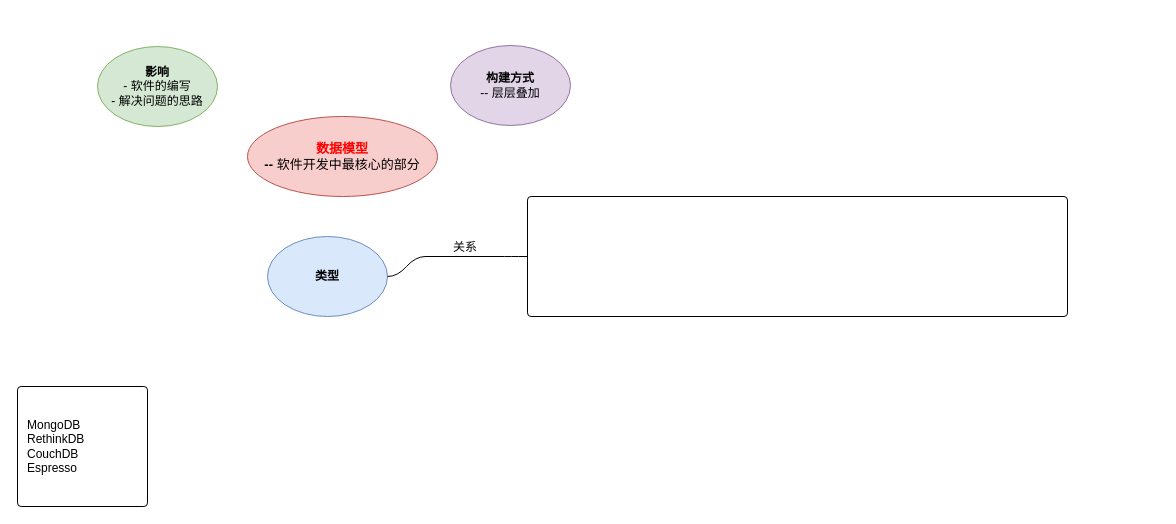
ljq199612/diagram keeps this draw.io diagram as 设计数据密集型应用.drawio. Above is the earlier version. Source tidied: cells renumbered, new cells numbered last; positions are measured from the earlier drawing's top-left corner, leaving out a move shared by most shapes. Both pictures are drawn from the tidied source at 100%, with x=0, y=0 at pixel (17, 45).
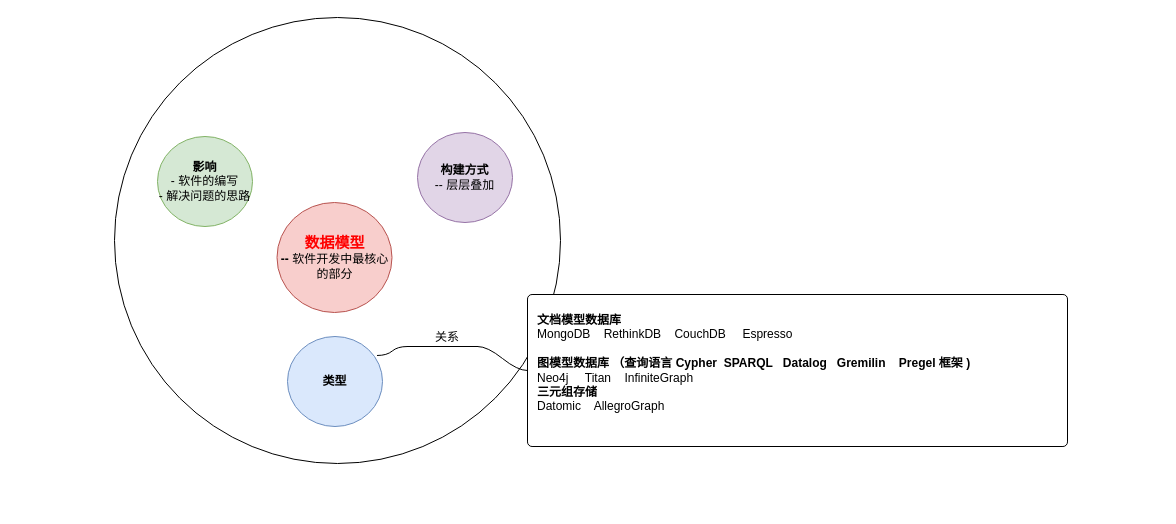
Above is the later version.

Commit message:
更新设计数据密集型应用.drawio

What changed in the source:
```diff
@@
 <mxGraphModel>
   <root>
     <mxCell id="0" />
     <mxCell id="1" parent="0" />
+    <mxCell id="11" style="ellipse;whiteSpace=wrap;html=1;" parent="1" vertex="1">
+      <mxGeometry x="97" y="-28" width="446" height="446" as="geometry" />
+    </mxCell>
-    <mxCell id="2" value="&lt;div style=&quot;font-size: 13px;&quot;&gt;&lt;b&gt;&lt;font style=&quot;font-size: 13px;&quot; color=&quot;#ff0000&quot;&gt;数据模型&lt;/font&gt;&lt;br&gt;-- &lt;/b&gt;软件开发中最核心的部分&lt;b&gt;&lt;br&gt;&lt;/b&gt;&lt;/div&gt;" style="ellipse;whiteSpace=wrap;html=1;fillColor=#f8cecc;strokeColor=#b85450;" parent="1" vertex="1">
-      <mxGeometry x="230" y="71" width="190" height="80" as="geometry" />
+    <mxCell id="2" value="&lt;div style=&quot;&quot;&gt;&lt;b&gt;&lt;font style=&quot;font-size: 15px;&quot; color=&quot;#ff0000&quot;&gt;数据模型&lt;/font&gt;&lt;br&gt;-- &lt;/b&gt;软件开发中最核心的部分&lt;b&gt;&lt;br&gt;&lt;/b&gt;&lt;/div&gt;" style="ellipse;whiteSpace=wrap;html=1;fillColor=#f8cecc;strokeColor=#b85450;" parent="1" vertex="1">
+      <mxGeometry x="259.5" y="157" width="115" height="110" as="geometry" />
     </mxCell>
     <mxCell id="3" value="&lt;div&gt;&lt;b&gt;影响&lt;/b&gt;&lt;/div&gt;&lt;div&gt;- 软件的编写&lt;/div&gt;&lt;div&gt;- 解决问题的思路&lt;br&gt;&lt;/div&gt;" style="ellipse;whiteSpace=wrap;html=1;fillColor=#d5e8d4;strokeColor=#82b366;" parent="1" vertex="1">
-      <mxGeometry x="80" y="1" width="120" height="80" as="geometry" />
+      <mxGeometry x="140" y="91" width="95" height="90" as="geometry" />
     </mxCell>
-    <mxCell id="4" value="&lt;div&gt;&lt;b&gt;构建方式&lt;/b&gt;&lt;/div&gt;-- 层层叠加" style="ellipse;whiteSpace=wrap;html=1;fillColor=#e1d5e7;strokeColor=#9673a6;" parent="1" vertex="1" collapsed="1">
-      <mxGeometry x="433" width="120" height="80" as="geometry" />
-    </mxCell>
     <mxCell id="5" value="&lt;div&gt;&lt;b&gt;类型&lt;/b&gt;&lt;/div&gt;" style="ellipse;whiteSpace=wrap;html=1;fillColor=#dae8fc;strokeColor=#6c8ebf;" parent="1" vertex="1" collapsed="1">
-      <mxGeometry x="250" y="191" width="120" height="80" as="geometry" />
+      <mxGeometry x="270" y="291" width="95" height="90" as="geometry" />
     </mxCell>
-    <mxCell id="6" style="rounded=1;whiteSpace=wrap;html=1;align=left;arcSize=3;spacingLeft=8;" parent="1" vertex="1">
-      <mxGeometry x="510" y="151" width="540" height="120" as="geometry" />
+    <mxCell id="6" value="&lt;div&gt;&lt;b&gt;文档模型数据库&lt;/b&gt;&lt;/div&gt;&lt;div&gt;MongoDB&amp;nbsp;&amp;nbsp;&amp;nbsp; RethinkDB&amp;nbsp;&amp;nbsp;&amp;nbsp; CouchDB&amp;nbsp;&amp;nbsp;&amp;nbsp;&amp;nbsp; Espresso&lt;/div&gt;&lt;div&gt;&lt;br&gt;&lt;/div&gt;&lt;div&gt;&lt;b&gt;图模型数据库 （查询语言 Cypher&amp;nbsp; SPARQL&amp;nbsp;&amp;nbsp; Datalog&amp;nbsp;&amp;nbsp; Gremilin &amp;nbsp;&amp;nbsp; Pregel 框架 )&lt;br&gt;&lt;/b&gt;&lt;/div&gt;&lt;div&gt;Neo4j&amp;nbsp;&amp;nbsp;&amp;nbsp;&amp;nbsp; Titan &amp;nbsp;&amp;nbsp; InfiniteGraph&lt;b&gt;&lt;br&gt;&lt;/b&gt;&lt;/div&gt;&lt;div&gt;&lt;b&gt;三元组存储&lt;/b&gt;&lt;/div&gt;&lt;div&gt;Datomic&amp;nbsp;&amp;nbsp;&amp;nbsp; AllegroGraph&lt;b&gt;&lt;br&gt;&lt;/b&gt;&lt;/div&gt;&lt;div&gt;&lt;br&gt;&lt;/div&gt;" style="rounded=1;whiteSpace=wrap;html=1;align=left;arcSize=3;spacingLeft=8;" parent="1" vertex="1">
+      <mxGeometry x="510" y="249" width="540" height="152" as="geometry" />
     </mxCell>
     <mxCell id="7" value="&amp;nbsp;&amp;nbsp; 关系" style="whiteSpace=wrap;html=1;shape=partialRectangle;top=0;left=0;bottom=1;right=0;points=[[0,1],[1,1]];fillColor=none;align=center;verticalAlign=bottom;routingCenterY=0.5;snapToPoint=1;newEdgeStyle={&quot;edgeStyle&quot;:&quot;entityRelationEdgeStyle&quot;,&quot;startArrow&quot;:&quot;none&quot;,&quot;endArrow&quot;:&quot;none&quot;,&quot;segment&quot;:10,&quot;curved&quot;:1,&quot;sourcePerimeterSpacing&quot;:0,&quot;targetPerimeterSpacing&quot;:0};" parent="1" vertex="1">
-      <mxGeometry x="408" y="181" width="70" height="30" as="geometry" />
+      <mxGeometry x="390" y="291" width="70" height="10" as="geometry" />
     </mxCell>
-    <mxCell id="8" style="edgeStyle=entityRelationEdgeStyle;startArrow=none;endArrow=none;segment=10;curved=1;sourcePerimeterSpacing=0;targetPerimeterSpacing=0;rounded=0;" parent="1" edge="1" target="7">
-      <mxGeometry relative="1" as="geometry">
-        <mxPoint x="370" y="231" as="sourcePoint" />
-      </mxGeometry>
+    <mxCell id="8" style="edgeStyle=entityRelationEdgeStyle;startArrow=none;endArrow=none;segment=10;curved=1;sourcePerimeterSpacing=0;targetPerimeterSpacing=0;rounded=0;exitX=0.942;exitY=0.211;exitDx=0;exitDy=0;exitPerimeter=0;" parent="1" edge="1" source="5" target="7">
+      <mxGeometry relative="1" as="geometry" />
     </mxCell>
     <mxCell id="9" style="edgeStyle=entityRelationEdgeStyle;startArrow=none;endArrow=none;segment=10;curved=1;sourcePerimeterSpacing=0;targetPerimeterSpacing=0;rounded=0;" parent="1" edge="1" source="7" target="6">
       <mxGeometry relative="1" as="geometry" />
     </mxCell>
-    <mxCell id="10" value="&lt;div&gt;MongoDB&lt;/div&gt;&lt;div&gt;RethinkDB&lt;/div&gt;&lt;div&gt;CouchDB&lt;/div&gt;&lt;div&gt;Espresso&lt;br&gt;&lt;/div&gt;" style="rounded=1;whiteSpace=wrap;html=1;align=left;arcSize=3;spacingLeft=8;" parent="1" vertex="1">
-      <mxGeometry y="341" width="130" height="120" as="geometry" />
-    </mxCell>
+    <mxCell id="12" style="group;" parent="1" vertex="1">
+      <mxGeometry x="400" y="27" width="741" height="240" as="geometry" />
+    </mxCell>
+    <mxCell id="4" value="&lt;div&gt;&lt;b&gt;构建方式&lt;/b&gt;&lt;/div&gt;-- 层层叠加" style="ellipse;whiteSpace=wrap;html=1;fillColor=#e1d5e7;strokeColor=#9673a6;" parent="12" vertex="1" collapsed="1">
+      <mxGeometry y="60" width="95" height="90" as="geometry" />
+    </mxCell>
   </root>
 </mxGraphModel>
```
